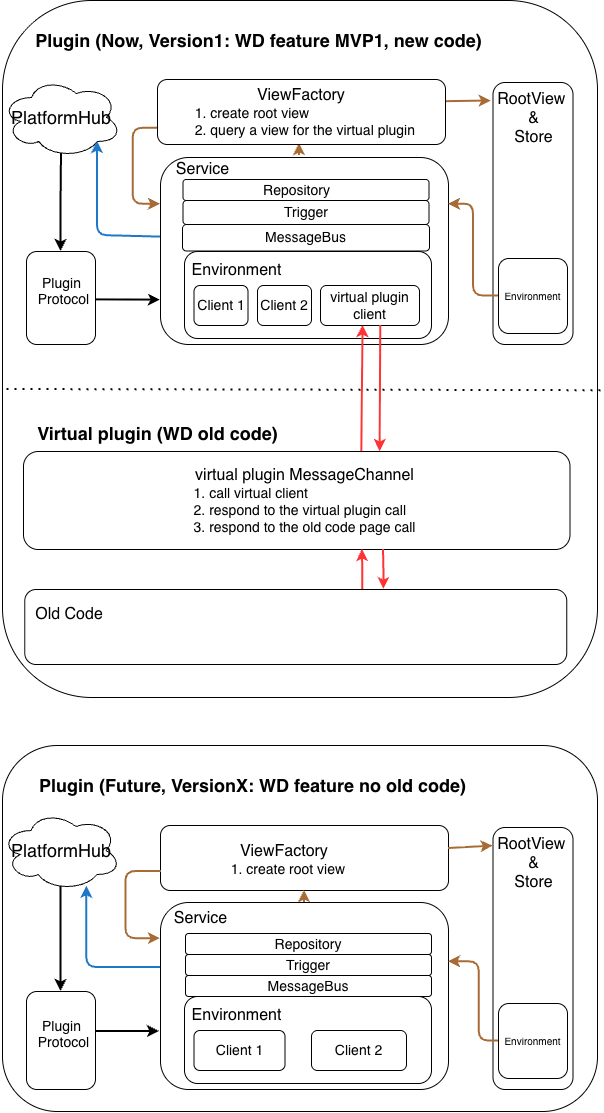
Above: 架构图-新旧代码迁移图.drawio.white.png in SumiaFish/kevinyyhuangcc (draw.io), before the change. Source tidied: cells renumbered, new cells last; positions are measured from the earlier drawing's top-left corner, leaving out a move shared by most shapes.
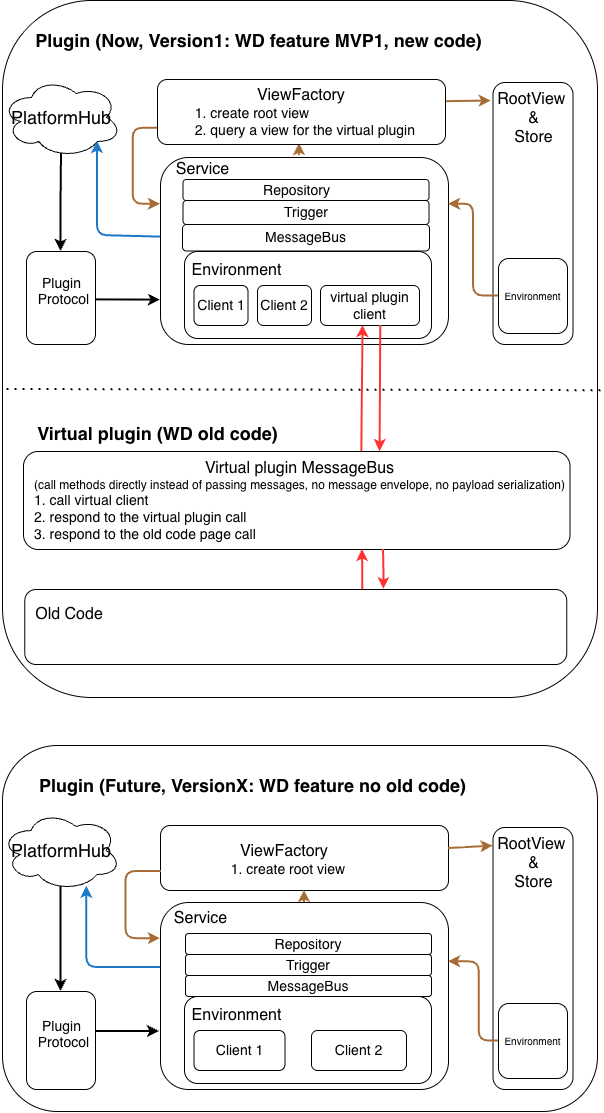
The same diagram one commit later.

What changed in the source:
```diff
@@ -65,8 +65,8 @@
     <mxCell id="20" style="rounded=1;whiteSpace=wrap;html=1;roundedPerimeter=1;" parent="1" vertex="1">
       <mxGeometry x="24.2" y="589" width="542" height="75" as="geometry" />
     </mxCell>
-    <mxCell id="21" value="&lt;font style=&quot;font-size: 16px;&quot;&gt;virtual plugin MessageChannel&lt;/font&gt;&lt;div&gt;&lt;div style=&quot;text-align: left;&quot;&gt;&lt;font style=&quot;font-size: 14px;&quot;&gt;1. call virtual client&lt;/font&gt;&lt;/div&gt;&lt;div style=&quot;text-align: left;&quot;&gt;&lt;font style=&quot;font-size: 14px;&quot;&gt;2. respond to the virtual plugin call&lt;/font&gt;&lt;/div&gt;&lt;div style=&quot;text-align: left;&quot;&gt;&lt;font style=&quot;font-size: 14px;&quot;&gt;3. respond to the old code page call&lt;/font&gt;&lt;/div&gt;&lt;/div&gt;" style="text;html=1;whiteSpace=wrap;strokeColor=none;fillColor=none;align=center;verticalAlign=middle;rounded=0;" parent="1" vertex="1">
-      <mxGeometry x="179" y="459" width="251" height="82" as="geometry" />
+    <mxCell id="21" value="&lt;font style=&quot;font-size: 16px;&quot;&gt;Virtual plugin MessageBus&lt;/font&gt;&lt;div&gt;&lt;font&gt;(&lt;span style=&quot;background-color: transparent;&quot;&gt;call methods directly instead of passing messages, no message envelope, no payload serialization)&lt;/span&gt;&lt;/font&gt;&lt;/div&gt;&lt;div&gt;&lt;div&gt;&lt;div style=&quot;text-align: left;&quot;&gt;&lt;font style=&quot;font-size: 14px;&quot;&gt;1. call virtual client&lt;/font&gt;&lt;/div&gt;&lt;div style=&quot;text-align: left;&quot;&gt;&lt;font style=&quot;font-size: 14px;&quot;&gt;2. respond to the virtual plugin call&lt;/font&gt;&lt;/div&gt;&lt;div style=&quot;text-align: left;&quot;&gt;&lt;font style=&quot;font-size: 14px;&quot;&gt;3. respond to the old code page call&lt;/font&gt;&lt;/div&gt;&lt;/div&gt;&lt;/div&gt;" style="text;html=1;whiteSpace=wrap;strokeColor=none;fillColor=none;align=center;verticalAlign=middle;rounded=0;" parent="1" vertex="1">
+      <mxGeometry x="25" y="452" width="549" height="96" as="geometry" />
     </mxCell>
     <mxCell id="22" value="&lt;font style=&quot;font-size: 18px;&quot;&gt;Plugin (Now, Version1: WD feature MVP1, new code)&lt;/font&gt;" style="text;strokeColor=none;fillColor=none;html=1;fontSize=6;fontStyle=1;verticalAlign=middle;align=center;autosizeText=1;" parent="1" vertex="1">
       <mxGeometry x="95.5" y="22" width="324" height="36" as="geometry" />
```
